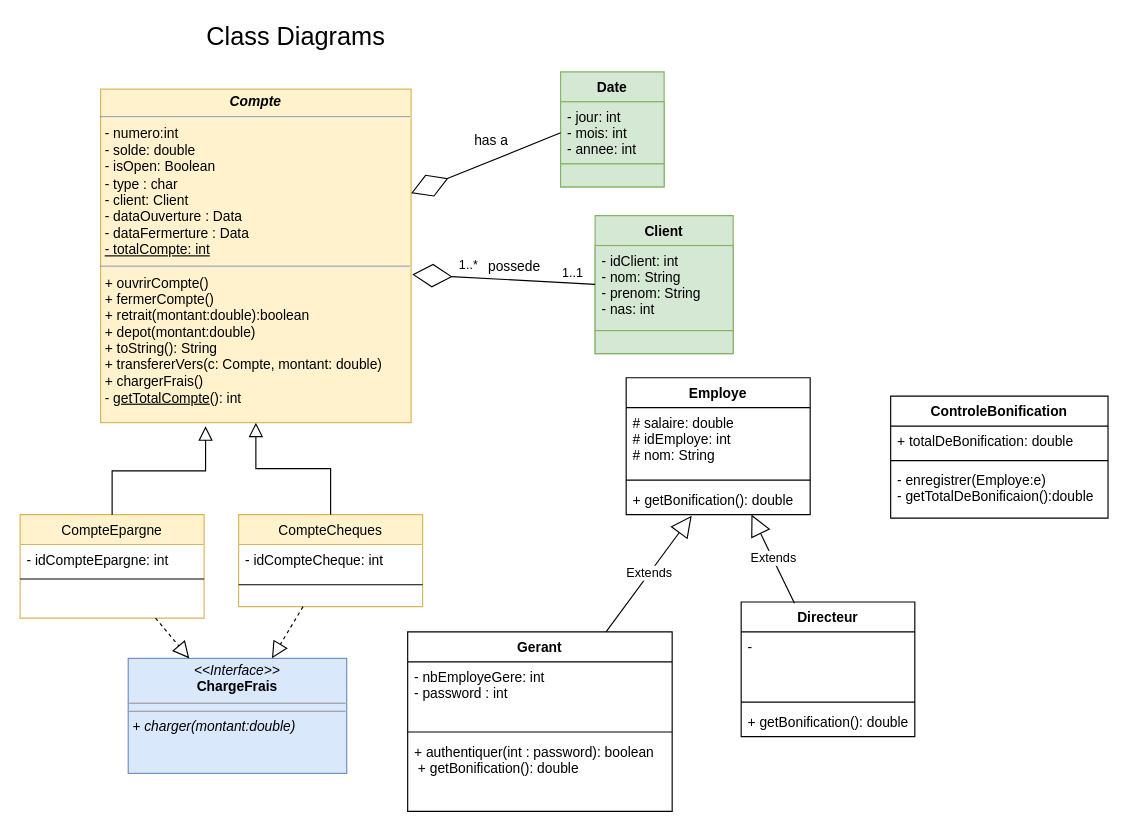
LuisCODS/Banque_Java keeps this draw.io diagram as DEPOT/UML_Banque_Java.drawio. Above is the earlier version. Source tidied: cells renumbered, new cells numbered last; positions are measured from the earlier drawing's top-left corner, leaving out a move shared by most shapes. Both pictures are drawn from the tidied source at 115%, with x=0, y=0 at pixel (20, 20).
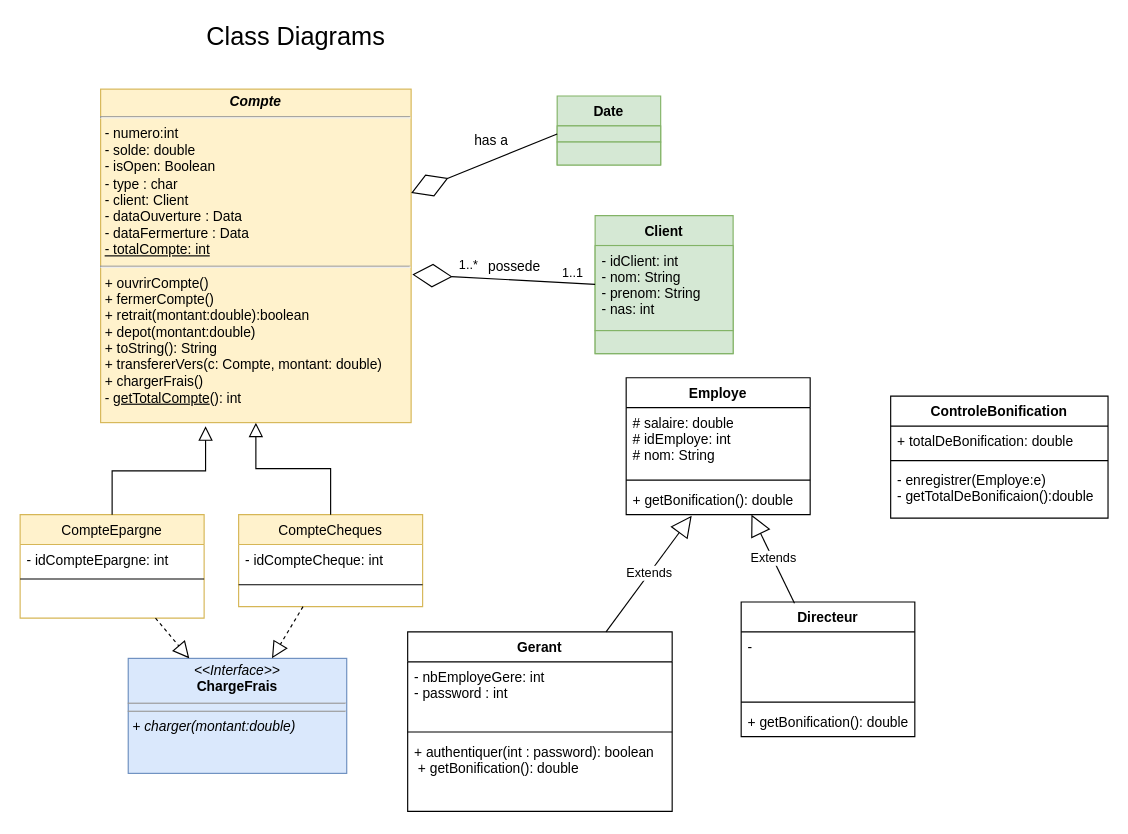
The same diagram, later.

What changed in the source:
```diff
@@
     <mxCell id="23" value="Date" style="swimlane;fontStyle=1;align=center;verticalAlign=top;horizontal=1;startSize=26;fillColor=#d5e8d4;strokeColor=#82b366;rounded=0;" parent="1" vertex="1">
-      <mxGeometry x="470" y="45" width="90" height="100" as="geometry" />
+      <mxGeometry x="467" y="66" width="90" height="60" as="geometry" />
     </mxCell>
-    <mxCell id="24" value="- jour: int&#10;- mois: int&#10;- annee: int&#10;" style="text;strokeColor=#82b366;fillColor=#d5e8d4;align=left;verticalAlign=top;spacingLeft=4;spacingRight=4;overflow=hidden;points=[[0,0.5],[1,0.5]];portConstraint=eastwest;rounded=0;" parent="23" vertex="1">
-      <mxGeometry y="26" width="90" height="54" as="geometry" />
+    <mxCell id="24" style="text;strokeColor=#82b366;fillColor=#d5e8d4;align=left;verticalAlign=top;spacingLeft=4;spacingRight=4;overflow=hidden;points=[[0,0.5],[1,0.5]];portConstraint=eastwest;rounded=0;" parent="23" vertex="1">
+      <mxGeometry y="26" width="90" height="14" as="geometry" />
     </mxCell>
     <mxCell id="25" style="line;strokeWidth=1;fillColor=none;align=left;verticalAlign=middle;spacingTop=-1;spacingLeft=3;spacingRight=3;labelPosition=right;strokeColor=inherit;rounded=0;" parent="23" vertex="1">
-      <mxGeometry y="80" width="90" as="geometry" />
+      <mxGeometry y="40" width="90" as="geometry" />
     </mxCell>
     <mxCell id="26" style="text;strokeColor=#82b366;fillColor=#d5e8d4;align=left;verticalAlign=top;spacingLeft=4;spacingRight=4;overflow=hidden;rounded=0;" parent="23" vertex="1">
-      <mxGeometry y="80" width="90" height="20" as="geometry" />
+      <mxGeometry y="40" width="90" height="20" as="geometry" />
     </mxCell>
```
